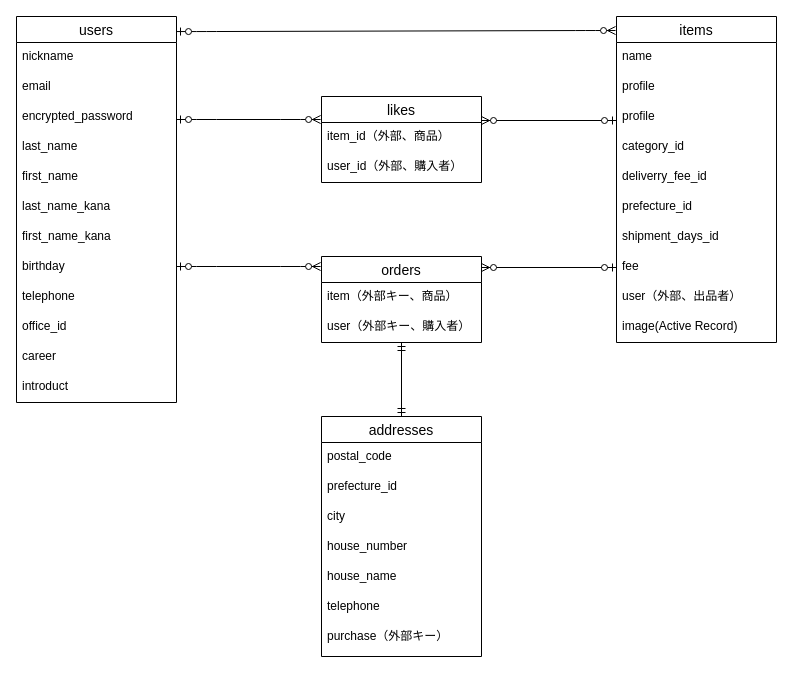
DaikiTanaka34432/sense-34432 keeps this draw.io diagram as page "ページ1" (1 of 2) of sense-34432.dio. Above is the earlier version. Source tidied: cells renumbered, new cells numbered last; positions are measured from the earlier drawing's top-left corner, leaving out a move shared by most shapes. Both pictures are drawn from the tidied source at 100%, with x=0, y=0 at pixel (16, 16).
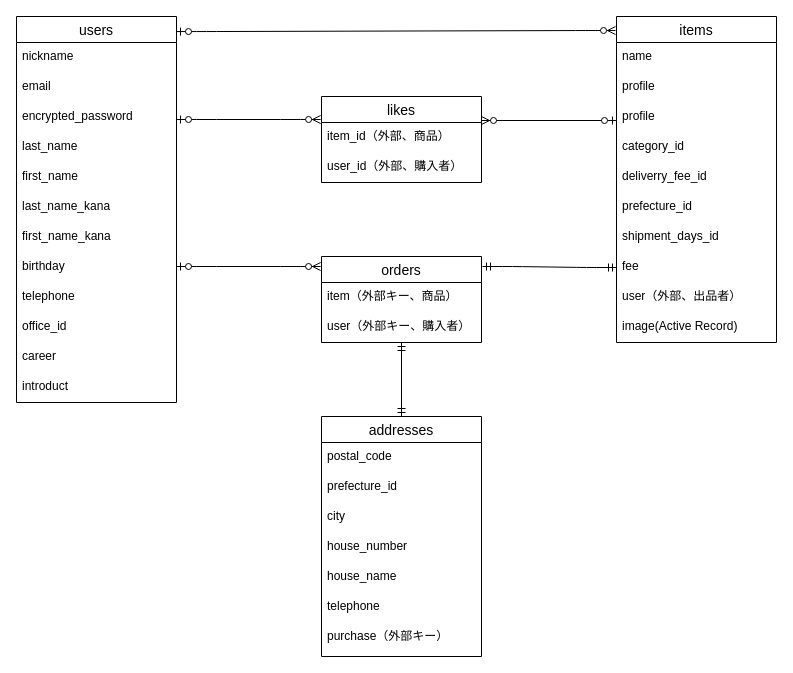
The same page after the edit.

Unchanged cells that the change refers to:
```xml
<mxCell id="26" value="fee&#10;" style="text;strokeColor=none;fillColor=none;spacingLeft=4;spacingRight=4;overflow=hidden;points=[[0,0.5],[1,0.5]];portConstraint=eastwest;fontSize=12;" parent="18" vertex="1">
  <mxGeometry y="236" width="160" height="30" as="geometry" />
</mxCell>
```

Change to the diagram source:
```diff
@@
-    <mxCell id="43" style="fontSize=12;html=1;endArrow=ERzeroToMany;startArrow=ERzeroToOne;entryX=1;entryY=0.5;entryDx=0;entryDy=0;exitX=0;exitY=0.5;exitDx=0;exitDy=0;" parent="1" edge="1">
-      <mxGeometry relative="1" as="geometry">
-        <mxPoint x="600" y="251" as="sourcePoint" />
-        <mxPoint x="465" y="251" as="targetPoint" />
-      </mxGeometry>
-    </mxCell>
@@
+    <mxCell id="46" style="edgeStyle=entityRelationEdgeStyle;fontSize=12;html=1;endArrow=ERmandOne;startArrow=ERmandOne;" parent="1" edge="1" target="26">
+      <mxGeometry relative="1" as="geometry">
+        <mxPoint x="466" y="250" as="sourcePoint" />
+      </mxGeometry>
+    </mxCell>
```
